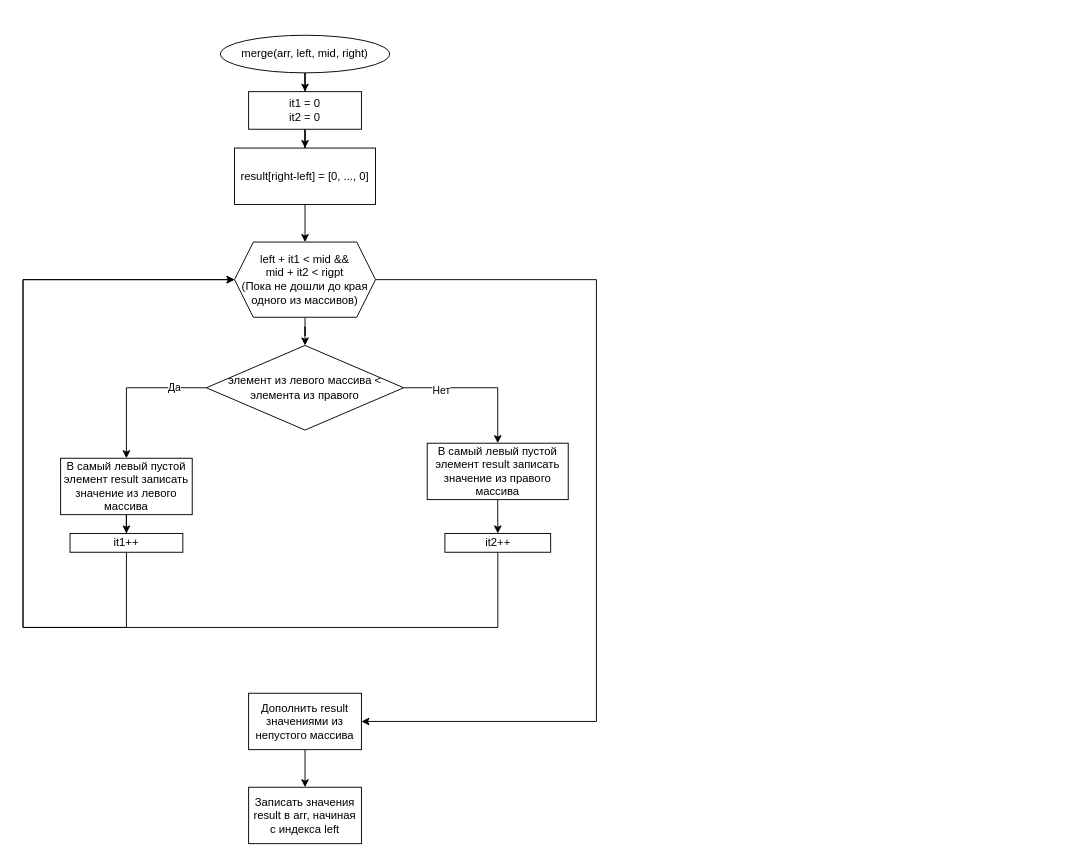
This is Schematics/Laba_3/Merge_sort.drawio from Idontlikeni/fourth_semestr, a draw.io file, before an edit. Source tidied: cells renumbered, new cells numbered last; positions are measured from the earlier drawing's top-left corner, leaving out a move shared by most shapes. Both pictures are drawn from the tidied source at 94%, with x=0, y=0 at pixel (23, 35).
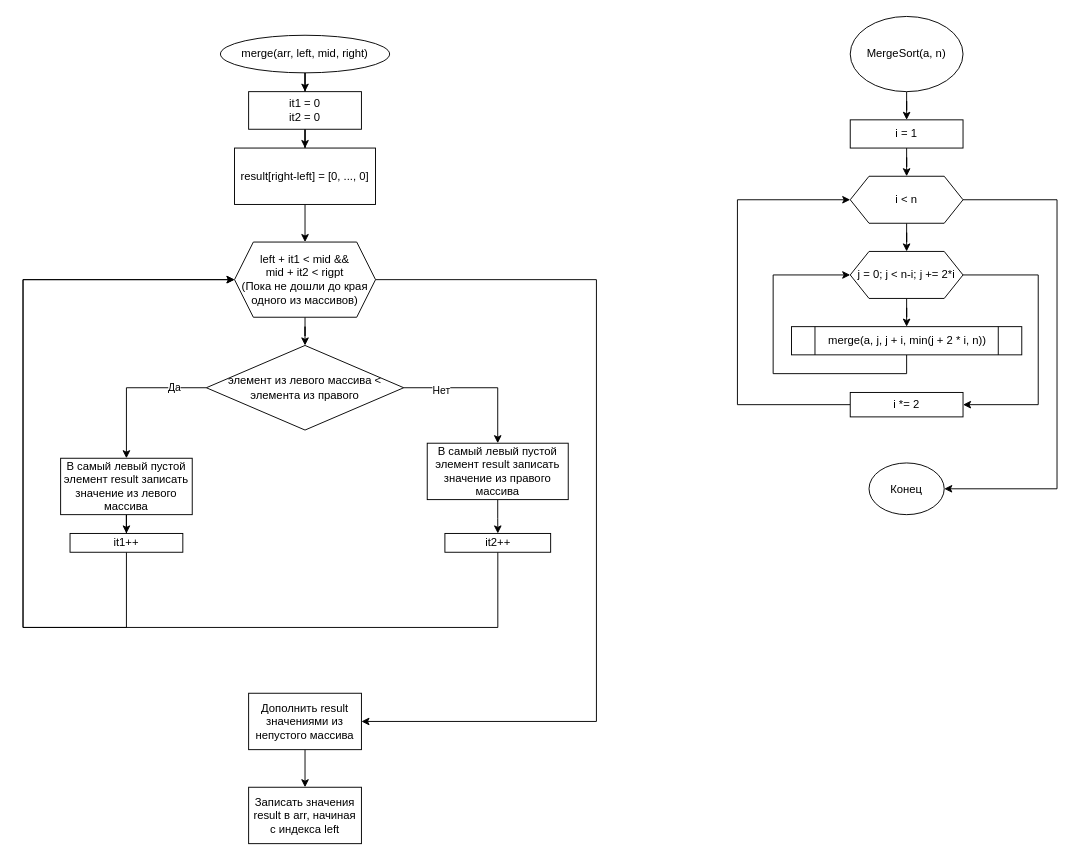
The same diagram, later.

What changed in the source:
```diff
@@
+    <mxCell id="27" style="edgeStyle=orthogonalEdgeStyle;rounded=0;jettySize=auto;html=1;" parent="1" edge="1" source="28" target="30">
+      <mxGeometry relative="1" as="geometry" />
+    </mxCell>
+    <mxCell id="28" value="MergeSort(a, n)" style="ellipse;whiteSpace=wrap;html=1;" parent="1" vertex="1">
+      <mxGeometry x="880" y="-20" width="120" height="80" as="geometry" />
+    </mxCell>
+    <mxCell id="29" style="edgeStyle=orthogonalEdgeStyle;rounded=0;jettySize=auto;html=1;" parent="1" edge="1" source="30" target="33">
+      <mxGeometry relative="1" as="geometry" />
+    </mxCell>
+    <mxCell id="30" value="i = 1" style="whiteSpace=wrap;html=1;" parent="1" vertex="1">
+      <mxGeometry x="880" y="90" width="120" height="30" as="geometry" />
+    </mxCell>
+    <mxCell id="31" style="edgeStyle=orthogonalEdgeStyle;rounded=0;jettySize=auto;html=1;" parent="1" edge="1" source="33" target="36">
+      <mxGeometry relative="1" as="geometry" />
+    </mxCell>
+    <mxCell id="32" style="edgeStyle=orthogonalEdgeStyle;rounded=0;jettySize=auto;html=1;" parent="1" edge="1" source="33" target="41">
+      <mxGeometry relative="1" as="geometry">
+        <Array as="points">
+          <mxPoint x="1100" y="175" />
+          <mxPoint x="1100" y="482.5" />
+        </Array>
+      </mxGeometry>
+    </mxCell>
+    <mxCell id="33" value="i &amp;lt; n" style="shape=hexagon;perimeter=hexagonPerimeter2;whiteSpace=wrap;html=1;fixedSize=1;" parent="1" vertex="1">
+      <mxGeometry x="880" y="150" width="120" height="50" as="geometry" />
+    </mxCell>
+    <mxCell id="34" style="edgeStyle=orthogonalEdgeStyle;rounded=0;jettySize=auto;html=1;" parent="1" edge="1" source="36" target="38">
+      <mxGeometry relative="1" as="geometry" />
+    </mxCell>
+    <mxCell id="35" style="edgeStyle=orthogonalEdgeStyle;rounded=0;jettySize=auto;html=1;" parent="1" edge="1" source="36" target="40">
+      <mxGeometry relative="1" as="geometry">
+        <Array as="points">
+          <mxPoint x="1080" y="255" />
+          <mxPoint x="1080" y="393" />
+        </Array>
+      </mxGeometry>
+    </mxCell>
+    <mxCell id="36" value="j = 0; j &amp;lt; n-i; j += 2*i" style="shape=hexagon;perimeter=hexagonPerimeter2;whiteSpace=wrap;html=1;fixedSize=1;" parent="1" vertex="1">
+      <mxGeometry x="880" y="230" width="120" height="50" as="geometry" />
+    </mxCell>
+    <mxCell id="37" style="edgeStyle=orthogonalEdgeStyle;rounded=0;jettySize=auto;html=1;entryX=0;entryY=0.5;entryDx=0;entryDy=0;" parent="1" edge="1" source="38" target="36">
+      <mxGeometry relative="1" as="geometry">
+        <Array as="points">
+          <mxPoint x="940" y="360" />
+          <mxPoint x="798" y="360" />
+          <mxPoint x="798" y="255" />
+        </Array>
+      </mxGeometry>
+    </mxCell>
+    <mxCell id="38" value="merge(a, j, j + i, min(j + 2 * i, n))" style="shape=process;whiteSpace=wrap;html=1;backgroundOutline=1;" parent="1" vertex="1">
+      <mxGeometry x="817.5" y="310" width="245" height="30" as="geometry" />
+    </mxCell>
+    <mxCell id="39" style="edgeStyle=orthogonalEdgeStyle;rounded=0;jettySize=auto;html=1;entryX=0;entryY=0.5;entryDx=0;entryDy=0;" parent="1" edge="1" source="40" target="33">
+      <mxGeometry relative="1" as="geometry">
+        <Array as="points">
+          <mxPoint x="760" y="393" />
+          <mxPoint x="760" y="175" />
+        </Array>
+      </mxGeometry>
+    </mxCell>
+    <mxCell id="40" value="i *= 2" style="whiteSpace=wrap;html=1;" parent="1" vertex="1">
+      <mxGeometry x="880" y="380" width="120" height="26" as="geometry" />
+    </mxCell>
+    <mxCell id="41" value="Конец" style="ellipse;whiteSpace=wrap;html=1;" parent="1" vertex="1">
+      <mxGeometry x="900" y="455" width="80" height="55" as="geometry" />
+    </mxCell>
```
